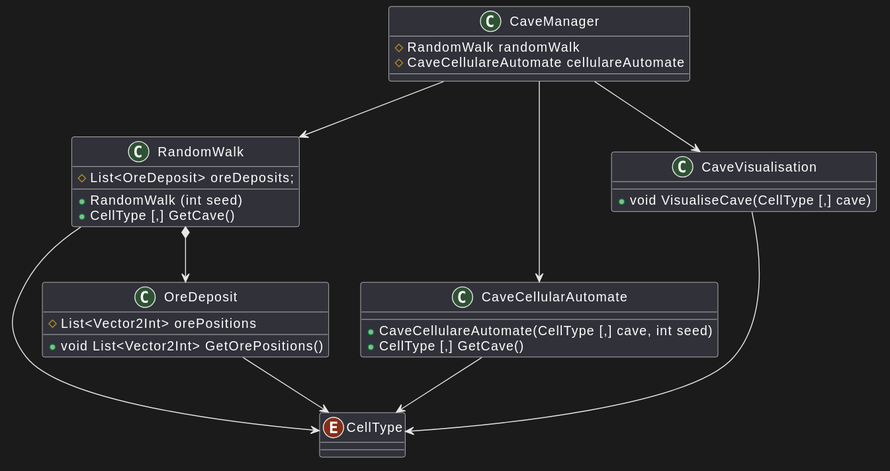
The PlantUML diagram ProceduralDungeonUML.svg in DaBu-Games/AiAndProcedural, before a commit. Source of this version:
```plantuml
@startuml
enum CellType
{
}

class OreDeposit
{
# List<Vector2Int> orePositions
+ void List<Vector2Int> GetOrePositions()
}

class RandomWalk
{
# List<OreDeposit> oreDeposits;

+ RandomWalk (int seed)
+ CellType [,] GetCave()
}

class CaveCellularAutomate
{
+ CaveCellulareAutomate(CellType [,] cave, int seed)
+ CellType [,] GetCave()
}

class CaveVisualisation
{
+ void VisualiseCave(CellType [,] cave)
}

class CaveManager
{
# RandomWalk randomWalk
# CaveCellulareAutomate cellulareAutomate
}


RandomWalk --> CellType
RandomWalk *--> OreDeposit

CaveCellularAutomate --> CellType

CaveVisualisation --> CellType

CaveManager --> RandomWalk
CaveManager --> CaveCellularAutomate
CaveManager --> CaveVisualisation

OreDeposit --> CellType
@enduml
```
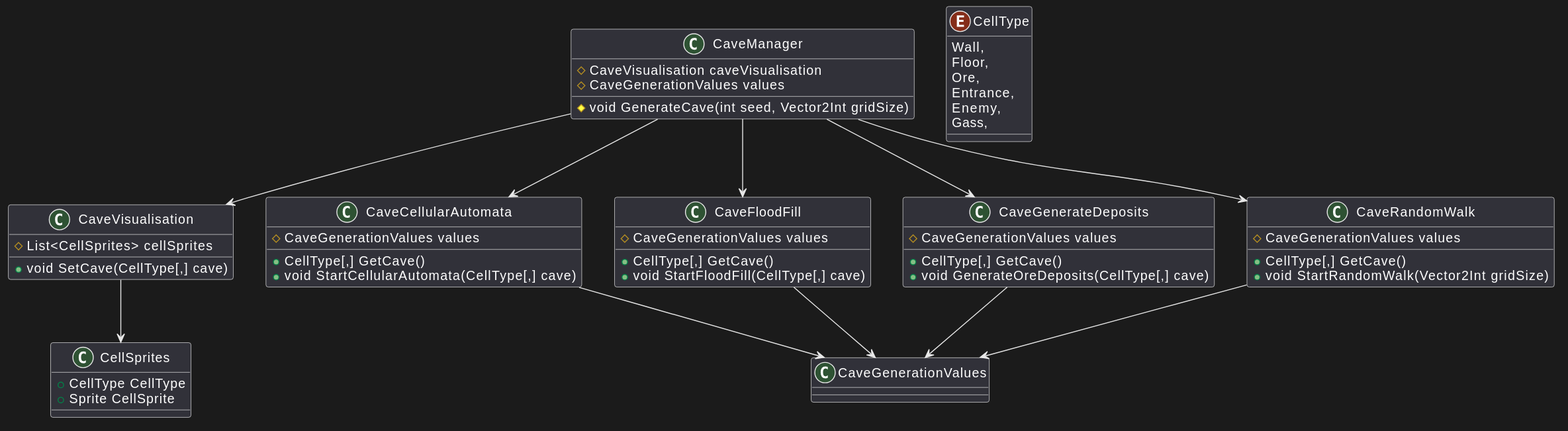
After the commit.

Diff of the diagram source:
```diff
@@ -1,50 +1,67 @@
 @startuml
-enum CellType
-{
+class CaveGenerationValues{
 }
 
-class OreDeposit
-{
-# List<Vector2Int> orePositions
-+ void List<Vector2Int> GetOrePositions()
+enum CellType{
+    Wall,
+    Floor,
+    Ore,
+    Entrance,
+    Enemy,
+    Gass,
 }
 
-class RandomWalk
-{
-# List<OreDeposit> oreDeposits;
+class CaveManager{
+# CaveVisualisation caveVisualisation
+# CaveGenerationValues values
 
-+ RandomWalk (int seed)
-+ CellType [,] GetCave()
+# void GenerateCave(int seed, Vector2Int gridSize)
 }
 
-class CaveCellularAutomate
-{
-+ CaveCellulareAutomate(CellType [,] cave, int seed)
-+ CellType [,] GetCave()
+class CellSprites{
++ CellType CellType
++ Sprite CellSprite
 }
 
-class CaveVisualisation
-{
-+ void VisualiseCave(CellType [,] cave)
+class CaveVisualisation{
+# List<CellSprites> cellSprites
++ void SetCave(CellType[,] cave)
 }
 
-class CaveManager
-{
-# RandomWalk randomWalk
-# CaveCellulareAutomate cellulareAutomate
+class CaveCellularAutomata{
+# CaveGenerationValues values
++ CellType[,] GetCave()
++ void StartCellularAutomata(CellType[,] cave)
 }
 
+class CaveFloodFill{
+# CaveGenerationValues values
++ CellType[,] GetCave()
++ void StartFloodFill(CellType[,] cave)
+}
 
-RandomWalk --> CellType
-RandomWalk *--> OreDeposit
+class CaveGenerateDeposits{
+# CaveGenerationValues values
++ CellType[,] GetCave()
++ void GenerateOreDeposits(CellType[,] cave)
+}
 
-CaveCellularAutomate --> CellType
+class CaveRandomWalk{
+# CaveGenerationValues values
++ CellType[,] GetCave()
++ void StartRandomWalk(Vector2Int gridSize)
+}
 
-CaveVisualisation --> CellType
-
-CaveManager --> RandomWalk
-CaveManager --> CaveCellularAutomate
+CaveManager --> CaveRandomWalk
+CaveManager --> CaveCellularAutomata
+CaveManager --> CaveFloodFill
+CaveManager --> CaveGenerateDeposits
 CaveManager --> CaveVisualisation
 
-OreDeposit --> CellType
+CaveRandomWalk --> CaveGenerationValues
+CaveCellularAutomata --> CaveGenerationValues
+CaveFloodFill --> CaveGenerationValues
+CaveGenerateDeposits --> CaveGenerationValues
+
+CaveVisualisation --> CellSprites
 @enduml
```
